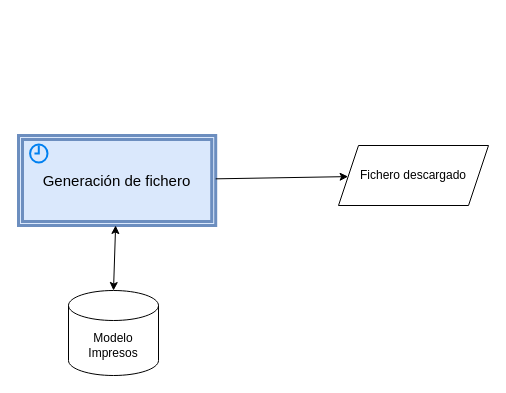
Earlier version of the draw.io diagram page "Impresos" (1 of 2) of Correos DDR.drawio (gcijuentes/Draw-io). Source tidied: cells renumbered, new cells numbered last; positions are measured from the earlier drawing's top-left corner, leaving out a move shared by most shapes. Both pictures are drawn from the tidied source at 100%, with x=0, y=0 at pixel (18, 135).
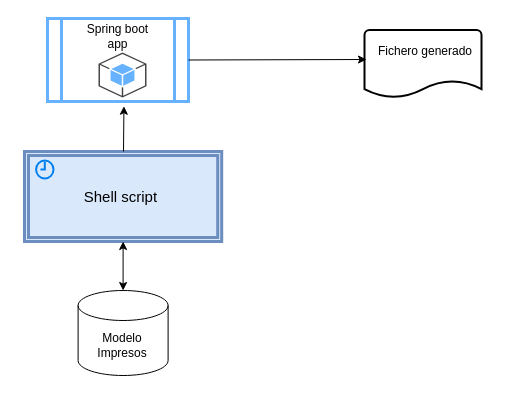
Above is the later version.

What changed in the source:
```diff
@@
 <mxGraphModel>
   <root>
     <mxCell id="0" />
     <mxCell id="1" parent="0" />
     <mxCell id="2" style="shape=cylinder3;whiteSpace=wrap;html=1;boundedLbl=1;backgroundOutline=1;size=15;" parent="1" vertex="1">
-      <mxGeometry x="50" y="155" width="90" height="85" as="geometry" />
+      <mxGeometry x="59.6" y="155" width="90" height="85" as="geometry" />
     </mxCell>
     <mxCell id="3" value="Modelo Impresos" style="text;html=1;strokeColor=none;fillColor=none;align=center;verticalAlign=middle;whiteSpace=wrap;rounded=0;" parent="1" vertex="1">
-      <mxGeometry x="75" y="200" width="40" height="20" as="geometry" />
+      <mxGeometry x="84" y="200" width="40" height="20" as="geometry" />
     </mxCell>
     <mxCell id="4" style="group;" parent="1" vertex="1">
-      <mxGeometry width="203" height="90" as="geometry" />
+      <mxGeometry x="6" y="16" width="203" height="90" as="geometry" />
     </mxCell>
-    <mxCell id="5" value="&lt;span style=&quot;font-size: 15px&quot;&gt;Generación de fichero&lt;/span&gt;" style="shape=ext;double=1;rounded=0;whiteSpace=wrap;html=1;strokeColor=#6c8ebf;strokeWidth=3;fillColor=#dae8fc;" parent="4" vertex="1">
+    <mxCell id="5" value="&lt;span style=&quot;font-size: 15px&quot;&gt;Shell script&amp;nbsp;&lt;/span&gt;" style="shape=ext;double=1;rounded=0;whiteSpace=wrap;html=1;strokeColor=#6c8ebf;strokeWidth=3;fillColor=#dae8fc;" parent="4" vertex="1">
       <mxGeometry width="197.2" height="90" as="geometry" />
     </mxCell>
     <mxCell id="6" style="html=1;verticalLabelPosition=bottom;align=center;labelBackgroundColor=#ffffff;verticalAlign=top;strokeWidth=2;strokeColor=#0080F0;shadow=0;dashed=0;shape=mxgraph.ios7.icons.clock;fillColor=none;" parent="4" vertex="1">
       <mxGeometry x="11.6" y="9" width="17.4" height="18" as="geometry" />
     </mxCell>
     <mxCell id="7" style="endArrow=classic;startArrow=classic;html=1;exitX=0.5;exitY=0;exitDx=0;exitDy=0;exitPerimeter=0;" parent="1" edge="1" source="2" target="5">
       <mxGeometry relative="1" as="geometry" />
     </mxCell>
-    <mxCell id="8" value="Fichero descargado" style="shape=parallelogram;perimeter=parallelogramPerimeter;whiteSpace=wrap;html=1;fixedSize=1;" parent="1" vertex="1">
-      <mxGeometry x="320" y="10" width="150" height="60" as="geometry" />
-    </mxCell>
-    <mxCell id="9" style="endArrow=classic;html=1;" parent="1" edge="1" source="5" target="8">
+    <mxCell id="9" style="endArrow=classic;html=1;entryX=0.542;entryY=1.057;entryDx=0;entryDy=0;entryPerimeter=0;" parent="1" edge="1" source="5" target="10">
       <mxGeometry relative="1" as="geometry" />
     </mxCell>
+    <mxCell id="10" style="shape=process;whiteSpace=wrap;html=1;backgroundOutline=1;strokeWidth=3;fillColor=none;strokeColor=#66B2FF;" parent="1" vertex="1">
+      <mxGeometry x="29" y="-117" width="141" height="83" as="geometry" />
+    </mxCell>
+    <mxCell id="11" style="dashed=0;verticalLabelPosition=bottom;verticalAlign=top;align=center;html=1;shape=mxgraph.aws3.android;strokeColor=#d79b00;strokeWidth=3;fillColor=#66B2FF;" parent="1" vertex="1">
+      <mxGeometry x="80" y="-83" width="48" height="45" as="geometry" />
+    </mxCell>
+    <mxCell id="12" value="Spring boot app" style="text;html=1;strokeColor=none;fillColor=none;align=center;verticalAlign=middle;whiteSpace=wrap;rounded=0;" parent="1" vertex="1">
+      <mxGeometry x="63" y="-113" width="73" height="27" as="geometry" />
+    </mxCell>
+    <mxCell id="13" style="endArrow=classic;html=1;exitX=1;exitY=0.5;exitDx=0;exitDy=0;" parent="1" edge="1" source="10">
+      <mxGeometry relative="1" as="geometry">
+        <mxPoint x="348" y="-76" as="targetPoint" />
+      </mxGeometry>
+    </mxCell>
+    <mxCell id="14" style="strokeWidth=2;html=1;shape=mxgraph.flowchart.document2;whiteSpace=wrap;size=0.25;fillColor=none;" parent="1" vertex="1">
+      <mxGeometry x="346" y="-105.5" width="117" height="67.5" as="geometry" />
+    </mxCell>
+    <mxCell id="15" value="Fichero generado" style="text;html=1;strokeColor=none;fillColor=none;align=center;verticalAlign=middle;whiteSpace=wrap;rounded=0;" parent="1" vertex="1">
+      <mxGeometry x="357" y="-97" width="100" height="26" as="geometry" />
+    </mxCell>
   </root>
 </mxGraphModel>
```
